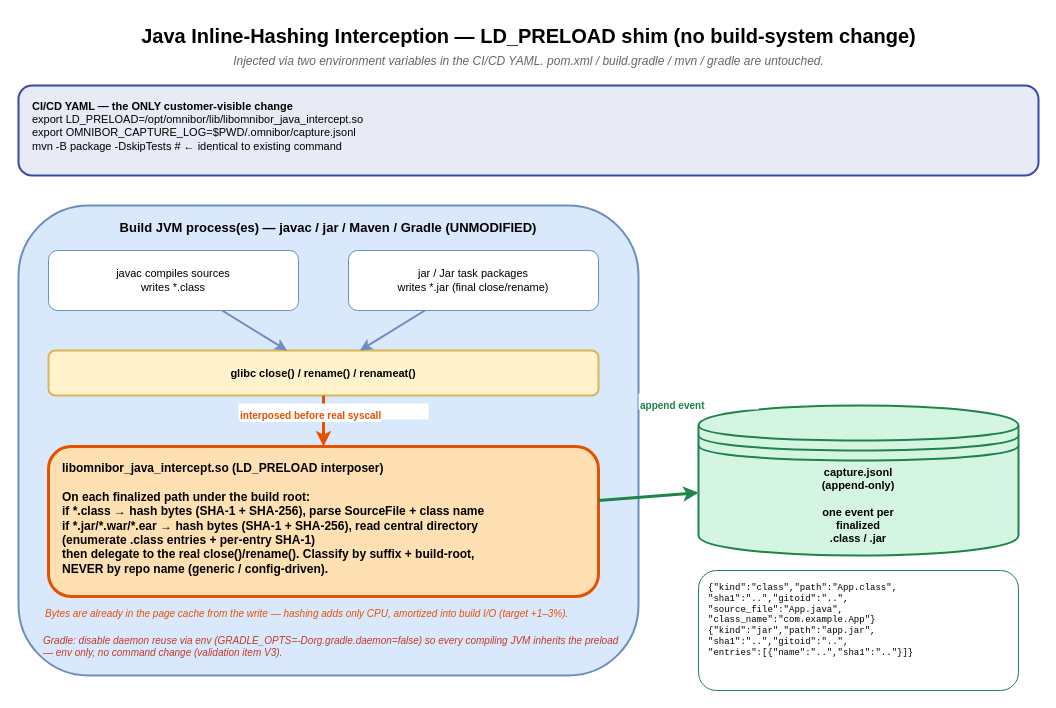
Earlier version of the draw.io diagram docs/sidecar/java/reference/java-inline-interception-mechanism.drawio (tedg-dev/bisbom-gen). Source tidied: cells renumbered, new cells numbered last; positions are measured from the earlier drawing's top-left corner, leaving out a move shared by most shapes. Both pictures are drawn from the tidied source at 100%, with x=0, y=0 at pixel (18, 17).
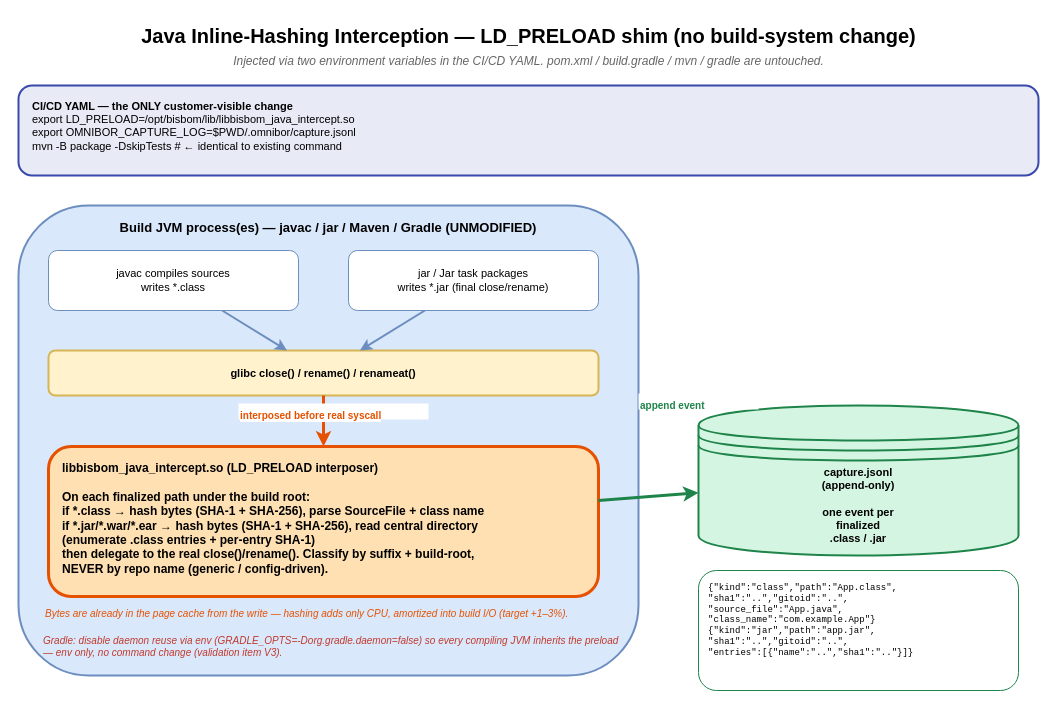
Above is the later version.

What changed in the source:
```diff
@@
 <mxGraphModel>
   <root>
     <mxCell id="0" />
     <mxCell id="1" parent="0" />
     <mxCell id="2" value="Java Inline-Hashing Interception — LD_PRELOAD shim (no build-system change)" style="text;html=1;fontSize=20;fontStyle=1;align=center;" parent="1" vertex="1">
       <mxGeometry x="10" width="1000" height="30" as="geometry" />
     </mxCell>
     <mxCell id="3" value="Injected via two environment variables in the CI/CD YAML. pom.xml / build.gradle / mvn / gradle are untouched." style="text;html=1;fontSize=12;fontStyle=2;align=center;fontColor=#666666;" parent="1" vertex="1">
       <mxGeometry x="10" y="30" width="1000" height="20" as="geometry" />
     </mxCell>
-    <mxCell id="4" value="&lt;b&gt;CI/CD YAML — the ONLY customer-visible change&lt;/b&gt;&#10;export LD_PRELOAD=/opt/omnibor/lib/libomnibor_java_intercept.so&#10;export OMNIBOR_CAPTURE_LOG=$PWD/.omnibor/capture.jsonl&#10;mvn -B package -DskipTests      # ← identical to existing command" style="rounded=1;whiteSpace=wrap;html=1;fillColor=#e8eaf6;strokeColor=#3949ab;strokeWidth=2;fontSize=11;align=left;verticalAlign=top;spacingLeft=12;spacingTop=8;" parent="1" vertex="1">
+    <mxCell id="4" value="&lt;b&gt;CI/CD YAML — the ONLY customer-visible change&lt;/b&gt;&#10;export LD_PRELOAD=/opt/bisbom/lib/libbisbom_java_intercept.so&#10;export OMNIBOR_CAPTURE_LOG=$PWD/.omnibor/capture.jsonl&#10;mvn -B package -DskipTests      # ← identical to existing command" style="rounded=1;whiteSpace=wrap;html=1;fillColor=#e8eaf6;strokeColor=#3949ab;strokeWidth=2;fontSize=11;align=left;verticalAlign=top;spacingLeft=12;spacingTop=8;" parent="1" vertex="1">
       <mxGeometry y="68" width="1020" height="90" as="geometry" />
     </mxCell>
     <mxCell id="5" value="Build JVM process(es)  —  javac / jar / Maven / Gradle  (UNMODIFIED)" style="rounded=1;whiteSpace=wrap;html=1;fillColor=#dae8fc;strokeColor=#6c8ebf;strokeWidth=2;verticalAlign=top;fontSize=13;fontStyle=1;spacingTop=8;" parent="1" vertex="1">
       <mxGeometry y="188" width="620" height="470" as="geometry" />
     </mxCell>
     <mxCell id="6" value="javac compiles sources&#10;writes *.class" style="rounded=1;whiteSpace=wrap;html=1;fillColor=#ffffff;strokeColor=#6c8ebf;fontSize=11;align=center;verticalAlign=middle;" parent="1" vertex="1">
       <mxGeometry x="30" y="233" width="250" height="60" as="geometry" />
     </mxCell>
     <mxCell id="7" value="jar / Jar task packages&#10;writes *.jar (final close/rename)" style="rounded=1;whiteSpace=wrap;html=1;fillColor=#ffffff;strokeColor=#6c8ebf;fontSize=11;align=center;verticalAlign=middle;" parent="1" vertex="1">
       <mxGeometry x="330" y="233" width="250" height="60" as="geometry" />
     </mxCell>
     <mxCell id="8" value="glibc  close() / rename() / renameat()" style="rounded=1;whiteSpace=wrap;html=1;fillColor=#fff2cc;strokeColor=#d6b656;strokeWidth=2;fontSize=11;align=center;verticalAlign=middle;fontStyle=1;" parent="1" vertex="1">
       <mxGeometry x="30" y="333" width="550" height="45" as="geometry" />
     </mxCell>
     <mxCell id="9" style="endArrow=classic;strokeColor=#6c8ebf;strokeWidth=2;" parent="1" edge="1" source="6" target="8">
       <mxGeometry relative="1" as="geometry" />
     </mxCell>
     <mxCell id="10" style="endArrow=classic;strokeColor=#6c8ebf;strokeWidth=2;" parent="1" edge="1" source="7" target="8">
       <mxGeometry relative="1" as="geometry" />
     </mxCell>
-    <mxCell id="11" value="&lt;b&gt;libomnibor_java_intercept.so  (LD_PRELOAD interposer)&lt;/b&gt;&#10;&#10;On each finalized path under the build root:&#10;  if *.class → hash bytes (SHA-1 + SHA-256), parse SourceFile + class name&#10;  if *.jar/*.war/*.ear → hash bytes (SHA-1 + SHA-256), read central directory&#10;                              (enumerate .class entries + per-entry SHA-1)&#10;then delegate to the real close()/rename().  Classify by suffix + build-root,&#10;NEVER by repo name (generic / config-driven)." style="rounded=1;whiteSpace=wrap;html=1;fillColor=#ffe0b2;strokeColor=#e65100;strokeWidth=3;fontSize=12;fontStyle=1;align=left;verticalAlign=top;spacingLeft=12;spacingTop=8;" parent="1" vertex="1">
+    <mxCell id="11" value="&lt;b&gt;libbisbom_java_intercept.so  (LD_PRELOAD interposer)&lt;/b&gt;&#10;&#10;On each finalized path under the build root:&#10;  if *.class → hash bytes (SHA-1 + SHA-256), parse SourceFile + class name&#10;  if *.jar/*.war/*.ear → hash bytes (SHA-1 + SHA-256), read central directory&#10;                              (enumerate .class entries + per-entry SHA-1)&#10;then delegate to the real close()/rename().  Classify by suffix + build-root,&#10;NEVER by repo name (generic / config-driven)." style="rounded=1;whiteSpace=wrap;html=1;fillColor=#ffe0b2;strokeColor=#e65100;strokeWidth=3;fontSize=12;fontStyle=1;align=left;verticalAlign=top;spacingLeft=12;spacingTop=8;" parent="1" vertex="1">
       <mxGeometry x="30" y="429" width="550" height="150" as="geometry" />
     </mxCell>
     <mxCell id="12" style="endArrow=classic;strokeColor=#e65100;strokeWidth=3;" parent="1" edge="1" source="8" target="11">
       <mxGeometry relative="1" as="geometry" />
     </mxCell>
     <mxCell id="13" value="interposed before real syscall" style="edgeLabel;html=1;fontSize=10;fontColor=#e65100;fontStyle=1;fillColor=#ffffff;" parent="1" vertex="1">
       <mxGeometry x="220" y="386" width="190" height="16" as="geometry" />
     </mxCell>
     <mxCell id="14" value="Bytes are already in the page cache from the write — hashing adds only CPU, amortized into build I/O (target +1–3%)." style="text;html=1;fontSize=10;fontStyle=2;align=left;fontColor=#e65100;" parent="1" vertex="1">
       <mxGeometry x="25" y="584" width="560" height="30" as="geometry" />
     </mxCell>
     <mxCell id="15" value="Gradle: disable daemon reuse via env (GRADLE_OPTS=-Dorg.gradle.daemon=false) so every compiling JVM inherits the preload&amp;nbsp;&lt;div&gt;— env only, no command change (validation item V3).&lt;/div&gt;" style="text;html=1;fontSize=10;fontStyle=2;align=left;fontColor=#c0392b;" parent="1" vertex="1">
       <mxGeometry x="23" y="611" width="560" height="40" as="geometry" />
     </mxCell>
     <mxCell id="16" value="capture.jsonl&#10;(append-only)&#10;&#10;one event per&#10;finalized&#10;.class / .jar" style="shape=datastore;whiteSpace=wrap;html=1;fillColor=#d5f5e3;strokeColor=#1e8449;strokeWidth=2;fontSize=11;fontStyle=1;align=center;" parent="1" vertex="1">
       <mxGeometry x="680" y="388" width="320" height="150" as="geometry" />
     </mxCell>
     <mxCell id="17" style="endArrow=classic;strokeColor=#1e8449;strokeWidth=3;" parent="1" edge="1" source="11" target="16">
       <mxGeometry relative="1" as="geometry" />
     </mxCell>
     <mxCell id="18" value="append event" style="edgeLabel;html=1;fontSize=10;fontColor=#1e8449;fontStyle=1;fillColor=#ffffff;" parent="1" vertex="1">
       <mxGeometry x="620" y="376" width="120" height="16" as="geometry" />
     </mxCell>
     <mxCell id="19" value="{&quot;kind&quot;:&quot;class&quot;,&quot;path&quot;:&quot;App.class&quot;,&#10; &quot;sha1&quot;:&quot;..&quot;,&quot;gitoid&quot;:&quot;..&quot;,&#10; &quot;source_file&quot;:&quot;App.java&quot;,&#10; &quot;class_name&quot;:&quot;com.example.App&quot;}&#10;{&quot;kind&quot;:&quot;jar&quot;,&quot;path&quot;:&quot;app.jar&quot;,&#10; &quot;sha1&quot;:&quot;..&quot;,&quot;gitoid&quot;:&quot;..&quot;,&#10; &quot;entries&quot;:[{&quot;name&quot;:&quot;..&quot;,&quot;sha1&quot;:&quot;..&quot;}]}" style="rounded=1;whiteSpace=wrap;html=1;fillColor=#ffffff;strokeColor=#1e8449;fontSize=9;align=left;verticalAlign=top;spacingLeft=8;spacingTop=6;fontFamily=Courier New;" parent="1" vertex="1">
       <mxGeometry x="680" y="553" width="320" height="120" as="geometry" />
     </mxCell>
   </root>
 </mxGraphModel>
```
